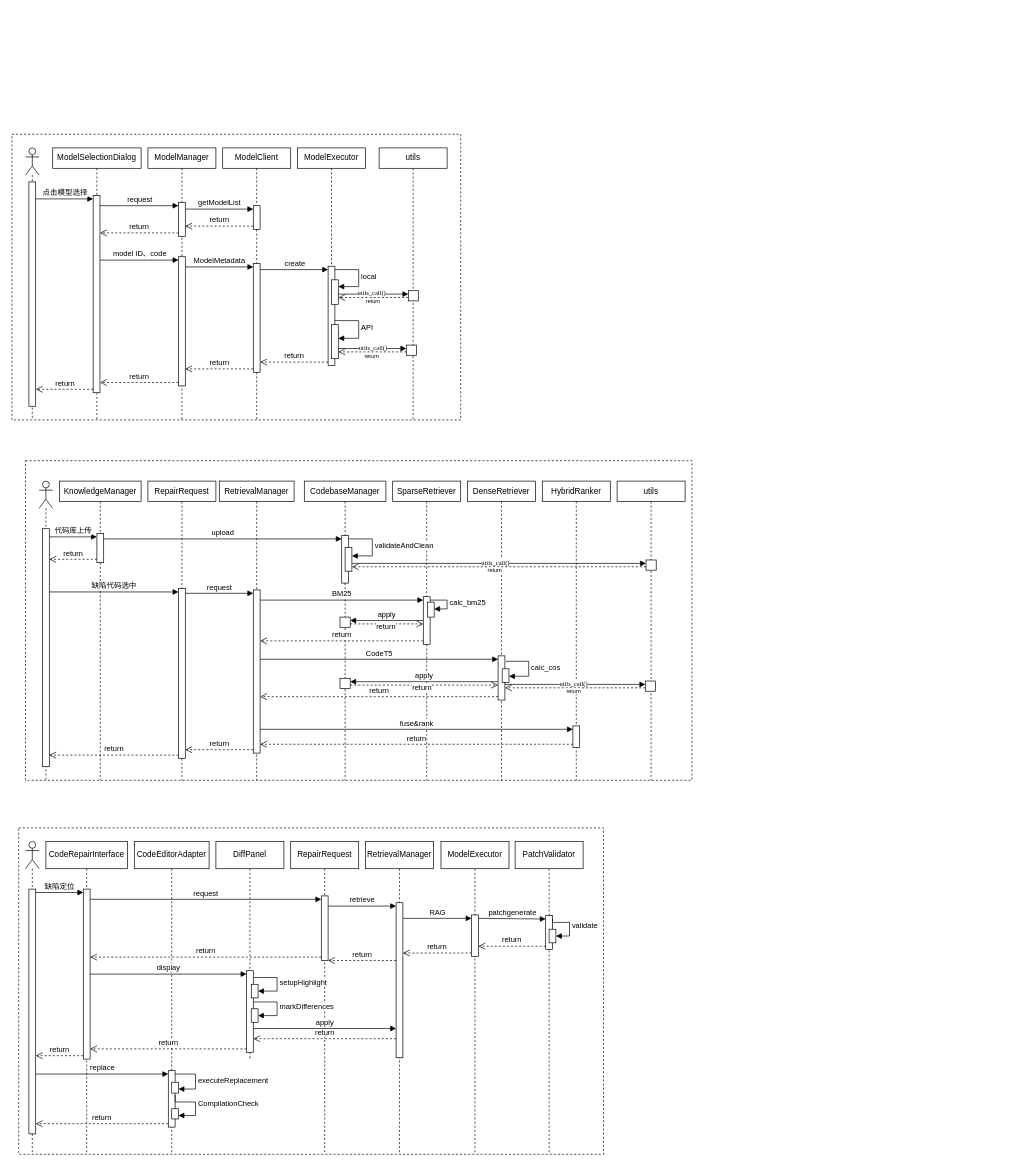
happy-xin/RAG4APR keeps this draw.io diagram as 顺序图.drawio. Above is the earlier version. Source tidied: cells renumbered, new cells numbered last; positions are measured from the earlier drawing's top-left corner, leaving out a move shared by most shapes. Both pictures are drawn from the tidied source at 68%, with x=0, y=0 at pixel (12, 134).
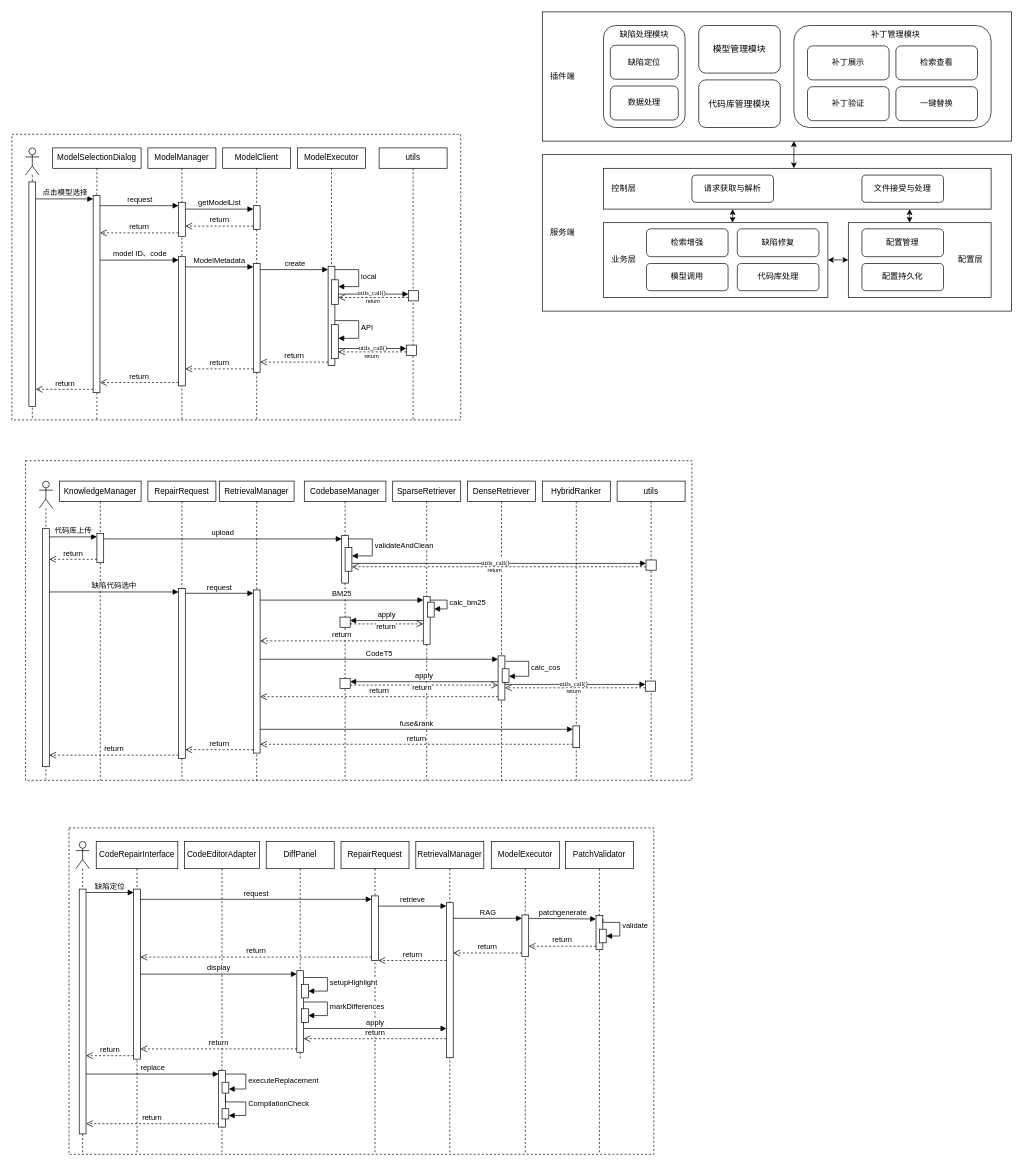
The same page after the edit.

Commit message:
更新顺序图.drawio

The change refers to these unchanged cells:
```xml
<mxCell id="105" style="html=1;points=[[0,0,0,0,5],[0,1,0,0,-5],[1,0,0,0,5],[1,1,0,0,-5]];perimeter=orthogonalPerimeter;outlineConnect=0;targetShapes=umlLifeline;portConstraint=eastwest;newEdgeStyle={&quot;curved&quot;:0,&quot;rounded&quot;:0};" parent="104" vertex="1">
  <mxGeometry x="45" y="90" width="10" height="228" as="geometry" />
</mxCell>
<mxCell id="107" style="html=1;points=[[0,0,0,0,5],[0,1,0,0,-5],[1,0,0,0,5],[1,1,0,0,-5]];perimeter=orthogonalPerimeter;outlineConnect=0;targetShapes=umlLifeline;portConstraint=eastwest;newEdgeStyle={&quot;curved&quot;:0,&quot;rounded&quot;:0};" parent="106" vertex="1">
  <mxGeometry x="45" y="108" width="10" height="61" as="geometry" />
</mxCell>
<mxCell id="113" style="html=1;points=[[0,0,0,0,5],[0,1,0,0,-5],[1,0,0,0,5],[1,1,0,0,-5]];perimeter=orthogonalPerimeter;outlineConnect=0;targetShapes=umlLifeline;portConstraint=eastwest;newEdgeStyle={&quot;curved&quot;:0,&quot;rounded&quot;:0};" parent="112" vertex="1">
  <mxGeometry x="50" y="337" width="10" height="83" as="geometry" />
</mxCell>
<mxCell id="115" style="html=1;points=[[0,0,0,0,5],[0,1,0,0,-5],[1,0,0,0,5],[1,1,0,0,-5]];perimeter=orthogonalPerimeter;outlineConnect=0;targetShapes=umlLifeline;portConstraint=eastwest;newEdgeStyle={&quot;curved&quot;:0,&quot;rounded&quot;:0};" parent="114" vertex="1">
  <mxGeometry x="45" y="190" width="10" height="120" as="geometry" />
</mxCell>
```

Diff of the diagram source:
```diff
@@
     <mxCell id="98" style="rounded=0;whiteSpace=wrap;html=1;dashed=1;" parent="1" vertex="1">
-      <mxGeometry x="10" y="1020" width="860" height="480" as="geometry" />
+      <mxGeometry x="84" y="1020" width="860" height="480" as="geometry" />
     </mxCell>
     <mxCell id="99" style="shape=umlLifeline;perimeter=lifelinePerimeter;whiteSpace=wrap;html=1;newEdgeStyle={&quot;curved&quot;:0,&quot;rounded&quot;:0};participant=umlActor;" parent="1" vertex="1">
-      <mxGeometry x="20" y="1040" width="20" height="460" as="geometry" />
+      <mxGeometry x="94" y="1040" width="20" height="460" as="geometry" />
     </mxCell>
@@
     <mxCell id="101" value="CodeRepairInterface" style="shape=umlLifeline;perimeter=lifelinePerimeter;whiteSpace=wrap;html=1;newEdgeStyle={&quot;curved&quot;:0,&quot;rounded&quot;:0};" parent="1" vertex="1">
-      <mxGeometry x="50" y="1040" width="120" height="460" as="geometry" />
+      <mxGeometry x="124" y="1040" width="120" height="460" as="geometry" />
     </mxCell>
@@
     <mxCell id="103" value="RepairRequest" style="shape=umlLifeline;perimeter=lifelinePerimeter;whiteSpace=wrap;html=1;newEdgeStyle={&quot;curved&quot;:0,&quot;rounded&quot;:0};" parent="1" vertex="1">
-      <mxGeometry x="410" y="1040" width="100" height="460" as="geometry" />
+      <mxGeometry x="484" y="1040" width="100" height="460" as="geometry" />
     </mxCell>
     <mxCell id="104" value="RetrievalManager" style="shape=umlLifeline;perimeter=lifelinePerimeter;whiteSpace=wrap;html=1;newEdgeStyle={&quot;curved&quot;:0,&quot;rounded&quot;:0};" parent="1" vertex="1">
-      <mxGeometry x="520" y="1040" width="100" height="460" as="geometry" />
+      <mxGeometry x="594" y="1040" width="100" height="460" as="geometry" />
     </mxCell>
@@
     <mxCell id="106" value="ModelExecutor" style="shape=umlLifeline;perimeter=lifelinePerimeter;whiteSpace=wrap;html=1;newEdgeStyle={&quot;curved&quot;:0,&quot;rounded&quot;:0};" parent="1" vertex="1">
-      <mxGeometry x="631" y="1040" width="100" height="460" as="geometry" />
+      <mxGeometry x="705" y="1040" width="100" height="460" as="geometry" />
     </mxCell>
@@
     <mxCell id="108" value="PatchValidator" style="shape=umlLifeline;perimeter=lifelinePerimeter;whiteSpace=wrap;html=1;newEdgeStyle={&quot;curved&quot;:0,&quot;rounded&quot;:0};" parent="1" vertex="1">
-      <mxGeometry x="740" y="1040" width="100" height="460" as="geometry" />
+      <mxGeometry x="814" y="1040" width="100" height="460" as="geometry" />
     </mxCell>
@@
     <mxCell id="112" value="CodeEditorAdapter" style="shape=umlLifeline;perimeter=lifelinePerimeter;whiteSpace=wrap;html=1;newEdgeStyle={&quot;curved&quot;:0,&quot;rounded&quot;:0};" parent="1" vertex="1">
-      <mxGeometry x="180" y="1040" width="110" height="460" as="geometry" />
+      <mxGeometry x="254" y="1040" width="110" height="460" as="geometry" />
     </mxCell>
@@
     <mxCell id="114" value="DiffPanel" style="shape=umlLifeline;perimeter=lifelinePerimeter;whiteSpace=wrap;html=1;newEdgeStyle={&quot;curved&quot;:0,&quot;rounded&quot;:0};" parent="1" vertex="1">
-      <mxGeometry x="300" y="1040" width="100" height="320" as="geometry" />
+      <mxGeometry x="374" y="1040" width="100" height="320" as="geometry" />
     </mxCell>
@@
     <mxCell id="118" style="html=1;points=[[0,0,0,0,5],[0,1,0,0,-5],[1,0,0,0,5],[1,1,0,0,-5]];perimeter=orthogonalPerimeter;outlineConnect=0;targetShapes=umlLifeline;portConstraint=eastwest;newEdgeStyle={&quot;curved&quot;:0,&quot;rounded&quot;:0};" parent="1" vertex="1">
-      <mxGeometry x="455" y="1120" width="10" height="95" as="geometry" />
+      <mxGeometry x="529" y="1120" width="10" height="95" as="geometry" />
     </mxCell>
@@
     <mxCell id="128" value="RAG" style="html=1;verticalAlign=bottom;endArrow=block;curved=0;rounded=0;entryX=0;entryY=0;entryDx=0;entryDy=5;" parent="1" edge="1" target="107">
       <mxGeometry relative="1" as="geometry">
-        <mxPoint x="575" y="1153" as="sourcePoint" />
+        <mxPoint x="649" y="1153" as="sourcePoint" />
       </mxGeometry>
     </mxCell>
     <mxCell id="129" value="return" style="html=1;verticalAlign=bottom;endArrow=open;dashed=1;endSize=8;curved=0;rounded=0;exitX=0;exitY=1;exitDx=0;exitDy=-5;" parent="1" edge="1" source="107">
       <mxGeometry relative="1" as="geometry">
-        <mxPoint x="575" y="1204" as="targetPoint" />
+        <mxPoint x="649" y="1204" as="targetPoint" />
       </mxGeometry>
     </mxCell>
@@
     <mxCell id="133" style="html=1;points=[[0,0,0,0,5],[0,1,0,0,-5],[1,0,0,0,5],[1,1,0,0,-5]];perimeter=orthogonalPerimeter;outlineConnect=0;targetShapes=umlLifeline;portConstraint=eastwest;newEdgeStyle={&quot;curved&quot;:0,&quot;rounded&quot;:0};" parent="1" vertex="1">
-      <mxGeometry x="352" y="1250" width="10" height="20" as="geometry" />
+      <mxGeometry x="426" y="1250" width="10" height="20" as="geometry" />
     </mxCell>
     <mxCell id="134" value="&lt;div&gt;setupHighlight&lt;/div&gt;" style="html=1;align=left;spacingLeft=2;endArrow=block;rounded=0;edgeStyle=orthogonalEdgeStyle;curved=0;rounded=0;" parent="1" edge="1" source="115" target="133">
       <mxGeometry relative="1" as="geometry">
         <Array as="points">
-          <mxPoint x="390" y="1240" />
-          <mxPoint x="390" y="1260" />
+          <mxPoint x="464" y="1240" />
+          <mxPoint x="464" y="1260" />
         </Array>
       </mxGeometry>
     </mxCell>
     <mxCell id="135" value="return" style="html=1;verticalAlign=bottom;endArrow=open;dashed=1;endSize=8;curved=0;rounded=0;" parent="1" edge="1" source="105">
       <mxGeometry relative="1" as="geometry">
-        <mxPoint x="355" y="1330" as="targetPoint" />
+        <mxPoint x="429" y="1330" as="targetPoint" />
       </mxGeometry>
     </mxCell>
     <mxCell id="136" value="apply" style="html=1;verticalAlign=bottom;endArrow=block;curved=0;rounded=0;" parent="1" edge="1" target="105">
       <mxGeometry relative="1" as="geometry">
-        <mxPoint x="355" y="1315" as="sourcePoint" />
+        <mxPoint x="429" y="1315" as="sourcePoint" />
       </mxGeometry>
     </mxCell>
     <mxCell id="137" style="html=1;points=[[0,0,0,0,5],[0,1,0,0,-5],[1,0,0,0,5],[1,1,0,0,-5]];perimeter=orthogonalPerimeter;outlineConnect=0;targetShapes=umlLifeline;portConstraint=eastwest;newEdgeStyle={&quot;curved&quot;:0,&quot;rounded&quot;:0};" parent="1" vertex="1">
-      <mxGeometry x="235" y="1394" width="10" height="16" as="geometry" />
+      <mxGeometry x="309" y="1394" width="10" height="16" as="geometry" />
     </mxCell>
     <mxCell id="138" value="executeReplacement" style="html=1;align=left;spacingLeft=2;endArrow=block;rounded=0;edgeStyle=orthogonalEdgeStyle;curved=0;rounded=0;exitX=1;exitY=0;exitDx=0;exitDy=5;exitPerimeter=0;" parent="1" edge="1" source="113" target="137">
       <mxGeometry relative="1" as="geometry">
         <Array as="points">
-          <mxPoint x="270" y="1382" />
-          <mxPoint x="270" y="1404" />
+          <mxPoint x="344" y="1382" />
+          <mxPoint x="344" y="1404" />
         </Array>
       </mxGeometry>
     </mxCell>
     <mxCell id="139" style="html=1;points=[[0,0,0,0,5],[0,1,0,0,-5],[1,0,0,0,5],[1,1,0,0,-5]];perimeter=orthogonalPerimeter;outlineConnect=0;targetShapes=umlLifeline;portConstraint=eastwest;newEdgeStyle={&quot;curved&quot;:0,&quot;rounded&quot;:0};" parent="1" vertex="1">
-      <mxGeometry x="235" y="1433" width="10" height="15" as="geometry" />
+      <mxGeometry x="309" y="1433" width="10" height="15" as="geometry" />
     </mxCell>
     <mxCell id="140" value="&lt;div&gt;CompilationCheck&lt;/div&gt;" style="html=1;align=left;spacingLeft=2;endArrow=block;rounded=0;edgeStyle=orthogonalEdgeStyle;curved=0;rounded=0;" parent="1" edge="1" target="139">
       <mxGeometry relative="1" as="geometry">
-        <mxPoint x="240" y="1413" as="sourcePoint" />
+        <mxPoint x="314" y="1413" as="sourcePoint" />
         <Array as="points">
-          <mxPoint x="240" y="1423" />
-          <mxPoint x="270" y="1423" />
-          <mxPoint x="270" y="1443" />
+          <mxPoint x="314" y="1423" />
+          <mxPoint x="344" y="1423" />
+          <mxPoint x="344" y="1443" />
         </Array>
       </mxGeometry>
     </mxCell>
+    <mxCell id="141" style="rounded=0;whiteSpace=wrap;html=1;" parent="1" vertex="1">
+      <mxGeometry x="780" y="-180" width="690" height="190" as="geometry" />
+    </mxCell>
+    <mxCell id="142" style="rounded=0;whiteSpace=wrap;html=1;" parent="1" vertex="1">
+      <mxGeometry x="780" y="30" width="690" height="230" as="geometry" />
+    </mxCell>
+    <mxCell id="143" style="rounded=0;whiteSpace=wrap;html=1;" parent="1" vertex="1">
+      <mxGeometry x="870" y="50" width="570" height="60" as="geometry" />
+    </mxCell>
+    <mxCell id="144" style="rounded=0;whiteSpace=wrap;html=1;" parent="1" vertex="1">
+      <mxGeometry x="870" y="130" width="330" height="110" as="geometry" />
+    </mxCell>
+    <mxCell id="145" style="rounded=0;whiteSpace=wrap;html=1;" parent="1" vertex="1">
+      <mxGeometry x="1230" y="130" width="210" height="110" as="geometry" />
+    </mxCell>
+    <mxCell id="146" value="代码库管理模块" style="rounded=1;whiteSpace=wrap;html=1;fontSize=13;" parent="1" vertex="1">
+      <mxGeometry x="1010" y="-80" width="120" height="70" as="geometry" />
+    </mxCell>
+    <mxCell id="147" style="rounded=1;whiteSpace=wrap;html=1;" parent="1" vertex="1">
+      <mxGeometry x="1150" y="-160" width="290" height="150" as="geometry" />
+    </mxCell>
+    <mxCell id="148" value="补丁管理模块" style="text;html=1;align=center;verticalAlign=middle;whiteSpace=wrap;rounded=0;fontSize=12;" parent="1" vertex="1">
+      <mxGeometry x="1250" y="-161" width="100" height="30" as="geometry" />
+    </mxCell>
+    <mxCell id="149" value="配置层" style="text;html=1;align=center;verticalAlign=middle;whiteSpace=wrap;rounded=0;" parent="1" vertex="1">
+      <mxGeometry x="1380" y="170" width="60" height="30" as="geometry" />
+    </mxCell>
+    <mxCell id="150" value="服务端" style="text;html=1;align=center;verticalAlign=middle;whiteSpace=wrap;rounded=0;" parent="1" vertex="1">
+      <mxGeometry x="780" y="130" width="60" height="30" as="geometry" />
+    </mxCell>
+    <mxCell id="151" value="业务层" style="text;html=1;align=center;verticalAlign=middle;whiteSpace=wrap;rounded=0;" parent="1" vertex="1">
+      <mxGeometry x="869.5" y="170" width="60" height="30" as="geometry" />
+    </mxCell>
+    <mxCell id="152" value="控制层" style="text;html=1;align=center;verticalAlign=middle;whiteSpace=wrap;rounded=0;" parent="1" vertex="1">
+      <mxGeometry x="870" y="65" width="60" height="30" as="geometry" />
+    </mxCell>
+    <mxCell id="153" value="插件端" style="text;html=1;align=center;verticalAlign=middle;whiteSpace=wrap;rounded=0;" parent="1" vertex="1">
+      <mxGeometry x="780" y="-100" width="60" height="30" as="geometry" />
+    </mxCell>
+    <mxCell id="154" value="请求获取与解析" style="rounded=1;whiteSpace=wrap;html=1;" parent="1" vertex="1">
+      <mxGeometry x="1000" y="60" width="120" height="40" as="geometry" />
+    </mxCell>
+    <mxCell id="155" value="文件接受与处理" style="rounded=1;whiteSpace=wrap;html=1;" parent="1" vertex="1">
+      <mxGeometry x="1250" y="60" width="120" height="40" as="geometry" />
+    </mxCell>
+    <mxCell id="156" value="配置管理" style="rounded=1;whiteSpace=wrap;html=1;" parent="1" vertex="1">
+      <mxGeometry x="1250" y="139" width="120" height="41" as="geometry" />
+    </mxCell>
+    <mxCell id="157" value="配置持久化" style="rounded=1;whiteSpace=wrap;html=1;" parent="1" vertex="1">
+      <mxGeometry x="1250" y="190" width="120" height="40" as="geometry" />
+    </mxCell>
+    <mxCell id="158" value="模型管理模块" style="rounded=1;whiteSpace=wrap;html=1;fontSize=13;" parent="1" vertex="1">
+      <mxGeometry x="1010" y="-160" width="120" height="70" as="geometry" />
+    </mxCell>
+    <mxCell id="159" value="检索增强" style="rounded=1;whiteSpace=wrap;html=1;" parent="1" vertex="1">
+      <mxGeometry x="933.2" y="139" width="120" height="41" as="geometry" />
+    </mxCell>
+    <mxCell id="160" value="缺陷修复" style="rounded=1;whiteSpace=wrap;html=1;" parent="1" vertex="1">
+      <mxGeometry x="1066.8" y="139" width="120" height="41" as="geometry" />
+    </mxCell>
+    <mxCell id="161" value="模型调用" style="rounded=1;whiteSpace=wrap;html=1;" parent="1" vertex="1">
+      <mxGeometry x="933.2" y="190" width="120" height="40" as="geometry" />
+    </mxCell>
+    <mxCell id="162" value="补丁展示" style="rounded=1;whiteSpace=wrap;html=1;" parent="1" vertex="1">
+      <mxGeometry x="1170" y="-130" width="120" height="50" as="geometry" />
+    </mxCell>
+    <mxCell id="163" value="缺陷处理模块" style="rounded=1;whiteSpace=wrap;html=1;verticalAlign=top;fontSize=12;" parent="1" vertex="1">
+      <mxGeometry x="870" y="-160" width="120" height="150" as="geometry" />
+    </mxCell>
+    <mxCell id="164" value="缺陷定位" style="rounded=1;whiteSpace=wrap;html=1;" parent="1" vertex="1">
+      <mxGeometry x="880" y="-131" width="100" height="50" as="geometry" />
+    </mxCell>
+    <mxCell id="165" value="数据处理" style="rounded=1;whiteSpace=wrap;html=1;" parent="1" vertex="1">
+      <mxGeometry x="880" y="-71" width="100" height="50" as="geometry" />
+    </mxCell>
+    <mxCell id="166" value="一键替换" style="rounded=1;whiteSpace=wrap;html=1;" parent="1" vertex="1">
+      <mxGeometry x="1300" y="-70" width="120" height="50" as="geometry" />
+    </mxCell>
+    <mxCell id="167" value="检索查看" style="rounded=1;whiteSpace=wrap;html=1;" parent="1" vertex="1">
+      <mxGeometry x="1300" y="-130" width="120" height="50" as="geometry" />
+    </mxCell>
+    <mxCell id="168" value="补丁验证" style="rounded=1;whiteSpace=wrap;html=1;" parent="1" vertex="1">
+      <mxGeometry x="1170" y="-70" width="120" height="50" as="geometry" />
+    </mxCell>
+    <mxCell id="169" value="代码库处理" style="rounded=1;whiteSpace=wrap;html=1;" parent="1" vertex="1">
+      <mxGeometry x="1066.8" y="190" width="120" height="40" as="geometry" />
+    </mxCell>
+    <mxCell id="170" style="endArrow=classic;startArrow=classic;html=1;rounded=0;" parent="1" edge="1">
+      <mxGeometry relative="1" as="geometry">
+        <mxPoint x="1150" y="50" as="sourcePoint" />
+        <mxPoint x="1150" y="10" as="targetPoint" />
+      </mxGeometry>
+    </mxCell>
+    <mxCell id="171" style="endArrow=classic;startArrow=classic;html=1;rounded=0;strokeWidth=1;fontSize=8;horizontal=0;" parent="1" edge="1">
+      <mxGeometry relative="1" as="geometry">
+        <mxPoint x="1059.7" y="130" as="sourcePoint" />
+        <mxPoint x="1060" y="110" as="targetPoint" />
+      </mxGeometry>
+    </mxCell>
+    <mxCell id="172" style="endArrow=classic;startArrow=classic;html=1;rounded=0;strokeWidth=1;fontSize=8;horizontal=0;" parent="1" edge="1">
+      <mxGeometry relative="1" as="geometry">
+        <mxPoint x="1320" y="130" as="sourcePoint" />
+        <mxPoint x="1320.3" y="110" as="targetPoint" />
+      </mxGeometry>
+    </mxCell>
+    <mxCell id="173" style="endArrow=classic;startArrow=classic;html=1;rounded=0;" parent="1" edge="1">
+      <mxGeometry relative="1" as="geometry">
+        <mxPoint x="1200" y="184.7" as="sourcePoint" />
+        <mxPoint x="1230" y="184.7" as="targetPoint" />
+      </mxGeometry>
+    </mxCell>
```
